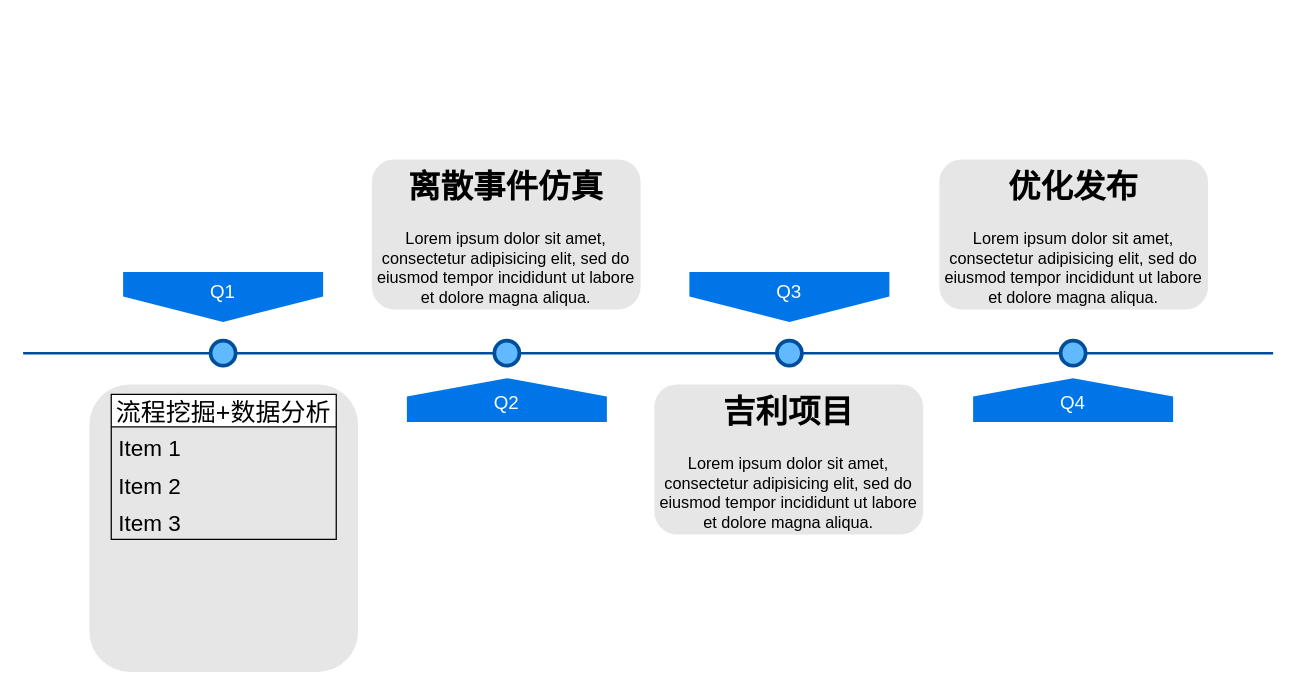
The draw.io diagram video/Untitled Diagram.drawio in yanqinghao/test-project, before the edit. Source tidied: cells renumbered, new cells numbered last; positions are measured from the earlier drawing's top-left corner, leaving out a move shared by most shapes. Both pictures are drawn from the tidied source at 125%, with x=0, y=0 at pixel (22, 159).
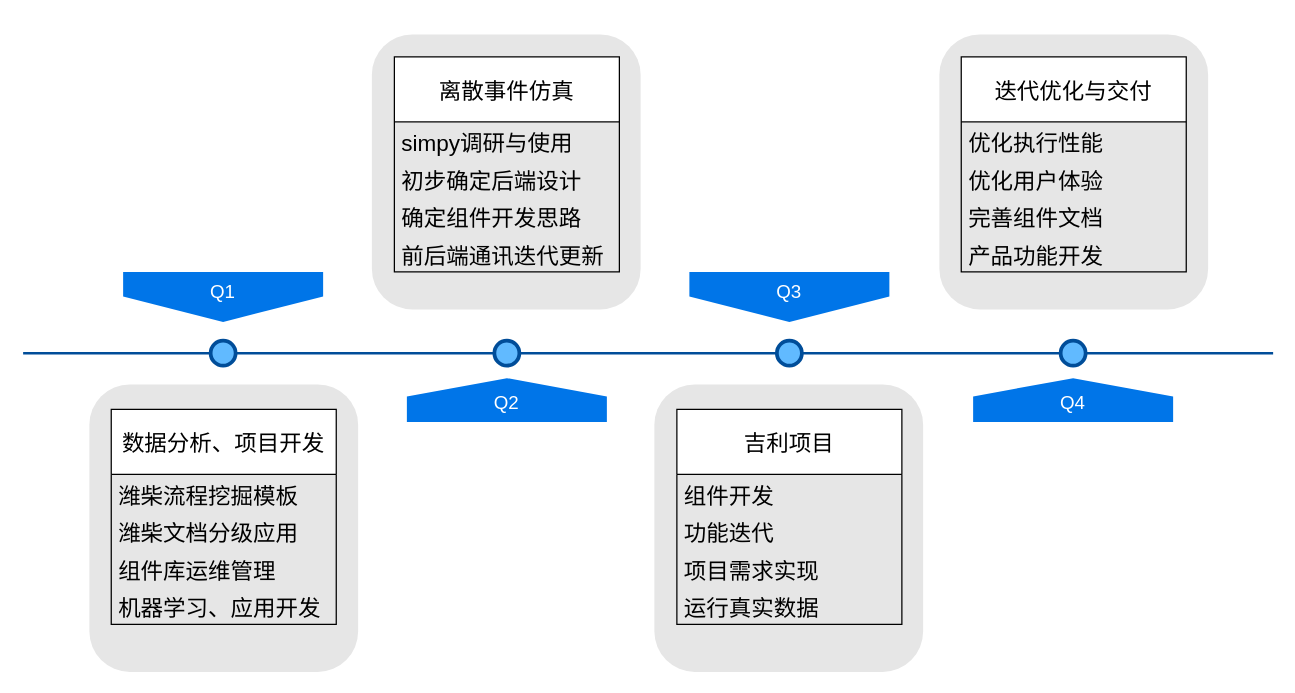
After the change.

The edit, as a diff of the source:
```diff
@@
-    <mxCell id="12" value="&lt;h1&gt;离散事件仿真&lt;/h1&gt;&lt;p&gt;Lorem ipsum dolor sit amet, consectetur adipisicing elit, sed do eiusmod tempor incididunt ut labore et dolore magna aliqua.&lt;/p&gt;" style="text;html=1;spacing=5;spacingTop=-20;whiteSpace=wrap;overflow=hidden;strokeColor=none;strokeWidth=3;fillColor=#E6E6E6;fontSize=13;fontColor=#000000;align=center;rounded=1;" parent="1" vertex="1">
-      <mxGeometry x="279" width="215" height="120" as="geometry" />
+    <mxCell id="12" value="&lt;h1&gt;&lt;br&gt;&lt;/h1&gt;" style="text;html=1;spacing=5;spacingTop=-20;whiteSpace=wrap;overflow=hidden;strokeColor=none;strokeWidth=3;fillColor=#E6E6E6;fontSize=13;fontColor=#000000;align=center;rounded=1;" parent="1" vertex="1">
+      <mxGeometry x="279" y="-100" width="215" height="220" as="geometry" />
     </mxCell>
-    <mxCell id="13" value="&lt;h1&gt;吉利项目&lt;/h1&gt;&lt;p&gt;Lorem ipsum dolor sit amet, consectetur adipisicing elit, sed do eiusmod tempor incididunt ut labore et dolore magna aliqua.&lt;/p&gt;" style="text;html=1;spacing=5;spacingTop=-20;whiteSpace=wrap;overflow=hidden;strokeColor=none;strokeWidth=3;fillColor=#E6E6E6;fontSize=13;fontColor=#000000;align=center;rounded=1;" parent="1" vertex="1">
-      <mxGeometry x="505" y="180" width="215" height="120" as="geometry" />
+    <mxCell id="13" value="&lt;h1&gt;&lt;br&gt;&lt;/h1&gt;" style="text;html=1;spacing=5;spacingTop=-20;whiteSpace=wrap;overflow=hidden;strokeColor=none;strokeWidth=3;fillColor=#E6E6E6;fontSize=13;fontColor=#000000;align=center;rounded=1;" parent="1" vertex="1">
+      <mxGeometry x="505" y="180" width="215" height="230" as="geometry" />
     </mxCell>
-    <mxCell id="14" value="&lt;h1&gt;优化发布&lt;/h1&gt;&lt;p&gt;Lorem ipsum dolor sit amet, consectetur adipisicing elit, sed do eiusmod tempor incididunt ut labore et dolore magna aliqua.&lt;/p&gt;" style="text;html=1;spacing=5;spacingTop=-20;whiteSpace=wrap;overflow=hidden;strokeColor=none;strokeWidth=3;fillColor=#E6E6E6;fontSize=13;fontColor=#000000;align=center;rounded=1;" parent="1" vertex="1">
-      <mxGeometry x="733" width="215" height="120" as="geometry" />
+    <mxCell id="14" value="&lt;h1&gt;&lt;br&gt;&lt;/h1&gt;" style="text;html=1;spacing=5;spacingTop=-20;whiteSpace=wrap;overflow=hidden;strokeColor=none;strokeWidth=3;fillColor=#E6E6E6;fontSize=13;fontColor=#000000;align=center;rounded=1;" parent="1" vertex="1">
+      <mxGeometry x="733" y="-100" width="215" height="220" as="geometry" />
     </mxCell>
-    <mxCell id="15" value="流程挖掘+数据分析" style="swimlane;fontStyle=0;horizontal=1;startSize=26;spacing=10;fontSize=20;" parent="1" vertex="1">
-      <mxGeometry x="70.5" y="188" width="180" height="116" as="geometry" />
+    <mxCell id="15" value="数据分析、项目开发" style="swimlane;fontStyle=0;horizontal=1;startSize=52;spacing=10;fontSize=18;" parent="1" vertex="1">
+      <mxGeometry x="70.5" y="200" width="180" height="172" as="geometry" />
     </mxCell>
-    <mxCell id="16" value="Item 1" style="text;strokeColor=none;fillColor=none;align=left;verticalAlign=top;spacingLeft=4;spacingRight=4;overflow=hidden;fontSize=18;" parent="15" vertex="1">
-      <mxGeometry y="26" width="180" height="30" as="geometry" />
+    <mxCell id="16" value="潍柴流程挖掘模板" style="text;strokeColor=none;fillColor=none;align=left;verticalAlign=top;spacingLeft=4;spacingRight=4;overflow=hidden;fontSize=18;" parent="15" vertex="1">
+      <mxGeometry y="52" width="180" height="30" as="geometry" />
     </mxCell>
-    <mxCell id="17" value="Item 2" style="text;strokeColor=none;fillColor=none;align=left;verticalAlign=top;spacingLeft=4;spacingRight=4;overflow=hidden;fontSize=18;" parent="15" vertex="1">
-      <mxGeometry y="56" width="180" height="30" as="geometry" />
+    <mxCell id="17" value="潍柴文档分级应用" style="text;strokeColor=none;fillColor=none;align=left;verticalAlign=top;spacingLeft=4;spacingRight=4;overflow=hidden;fontSize=18;" parent="15" vertex="1">
+      <mxGeometry y="82" width="180" height="30" as="geometry" />
     </mxCell>
-    <mxCell id="18" value="Item 3" style="text;strokeColor=none;fillColor=none;align=left;verticalAlign=top;spacingLeft=4;spacingRight=4;overflow=hidden;fontSize=18;" parent="15" vertex="1">
-      <mxGeometry y="86" width="180" height="30" as="geometry" />
+    <mxCell id="18" value="组件库运维管理" style="text;strokeColor=none;fillColor=none;align=left;verticalAlign=top;spacingLeft=4;spacingRight=4;overflow=hidden;fontSize=18;" parent="15" vertex="1">
+      <mxGeometry y="112" width="180" height="30" as="geometry" />
     </mxCell>
+    <mxCell id="19" value="机器学习、应用开发" style="text;strokeColor=none;fillColor=none;align=left;verticalAlign=top;spacingLeft=4;spacingRight=4;overflow=hidden;fontSize=18;" parent="15" vertex="1">
+      <mxGeometry y="142" width="180" height="30" as="geometry" />
+    </mxCell>
+    <mxCell id="20" value="离散事件仿真" style="swimlane;fontStyle=0;horizontal=1;startSize=52;spacing=10;fontSize=18;" parent="1" vertex="1">
+      <mxGeometry x="297" y="-82" width="180" height="172" as="geometry" />
+    </mxCell>
+    <mxCell id="21" value="simpy调研与使用" style="text;strokeColor=none;fillColor=none;align=left;verticalAlign=top;spacingLeft=4;spacingRight=4;overflow=hidden;fontSize=18;" parent="20" vertex="1">
+      <mxGeometry y="52" width="180" height="30" as="geometry" />
+    </mxCell>
+    <mxCell id="22" value="初步确定后端设计" style="text;strokeColor=none;fillColor=none;align=left;verticalAlign=top;spacingLeft=4;spacingRight=4;overflow=hidden;fontSize=18;" parent="20" vertex="1">
+      <mxGeometry y="82" width="180" height="30" as="geometry" />
+    </mxCell>
+    <mxCell id="23" value="确定组件开发思路" style="text;strokeColor=none;fillColor=none;align=left;verticalAlign=top;spacingLeft=4;spacingRight=4;overflow=hidden;fontSize=18;" parent="20" vertex="1">
+      <mxGeometry y="112" width="180" height="30" as="geometry" />
+    </mxCell>
+    <mxCell id="24" value="前后端通讯迭代更新" style="text;strokeColor=none;fillColor=none;align=left;verticalAlign=top;spacingLeft=4;spacingRight=4;overflow=hidden;fontSize=18;" parent="20" vertex="1">
+      <mxGeometry y="142" width="180" height="30" as="geometry" />
+    </mxCell>
+    <mxCell id="25" value="吉利项目" style="swimlane;fontStyle=0;horizontal=1;startSize=52;spacing=10;fontSize=18;" parent="1" vertex="1">
+      <mxGeometry x="523" y="200" width="180" height="172" as="geometry" />
+    </mxCell>
+    <mxCell id="26" value="组件开发" style="text;strokeColor=none;fillColor=none;align=left;verticalAlign=top;spacingLeft=4;spacingRight=4;overflow=hidden;fontSize=18;" parent="25" vertex="1">
+      <mxGeometry y="52" width="180" height="30" as="geometry" />
+    </mxCell>
+    <mxCell id="27" value="功能迭代" style="text;strokeColor=none;fillColor=none;align=left;verticalAlign=top;spacingLeft=4;spacingRight=4;overflow=hidden;fontSize=18;" parent="25" vertex="1">
+      <mxGeometry y="82" width="180" height="30" as="geometry" />
+    </mxCell>
+    <mxCell id="28" value="项目需求实现" style="text;strokeColor=none;fillColor=none;align=left;verticalAlign=top;spacingLeft=4;spacingRight=4;overflow=hidden;fontSize=18;" parent="25" vertex="1">
+      <mxGeometry y="112" width="180" height="30" as="geometry" />
+    </mxCell>
+    <mxCell id="29" value="运行真实数据" style="text;strokeColor=none;fillColor=none;align=left;verticalAlign=top;spacingLeft=4;spacingRight=4;overflow=hidden;fontSize=18;" parent="25" vertex="1">
+      <mxGeometry y="142" width="180" height="30" as="geometry" />
+    </mxCell>
+    <mxCell id="30" value="迭代优化与交付" style="swimlane;fontStyle=0;horizontal=1;startSize=52;spacing=10;fontSize=18;" parent="1" vertex="1">
+      <mxGeometry x="750.5" y="-82" width="180" height="172" as="geometry" />
+    </mxCell>
+    <mxCell id="31" value="优化执行性能" style="text;strokeColor=none;fillColor=none;align=left;verticalAlign=top;spacingLeft=4;spacingRight=4;overflow=hidden;fontSize=18;" parent="30" vertex="1">
+      <mxGeometry y="52" width="180" height="30" as="geometry" />
+    </mxCell>
+    <mxCell id="32" value="优化用户体验" style="text;strokeColor=none;fillColor=none;align=left;verticalAlign=top;spacingLeft=4;spacingRight=4;overflow=hidden;fontSize=18;" parent="30" vertex="1">
+      <mxGeometry y="82" width="180" height="30" as="geometry" />
+    </mxCell>
+    <mxCell id="33" value="完善组件文档" style="text;strokeColor=none;fillColor=none;align=left;verticalAlign=top;spacingLeft=4;spacingRight=4;overflow=hidden;fontSize=18;" parent="30" vertex="1">
+      <mxGeometry y="112" width="180" height="30" as="geometry" />
+    </mxCell>
+    <mxCell id="34" value="产品功能开发" style="text;strokeColor=none;fillColor=none;align=left;verticalAlign=top;spacingLeft=4;spacingRight=4;overflow=hidden;fontSize=18;" parent="30" vertex="1">
+      <mxGeometry y="142" width="180" height="30" as="geometry" />
+    </mxCell>
```
